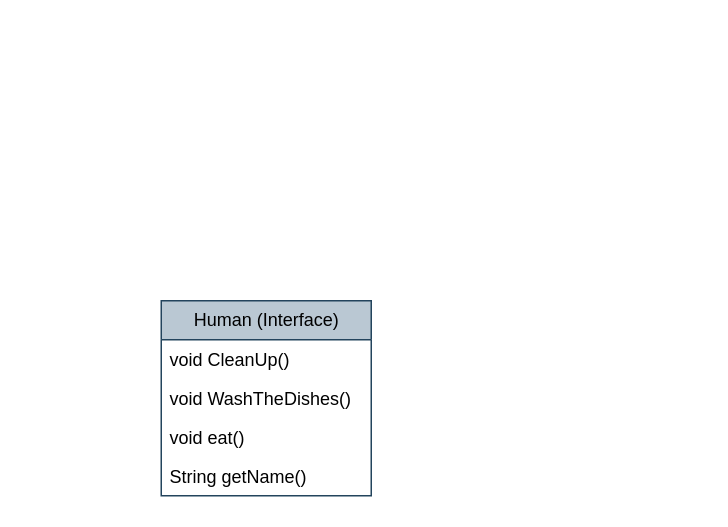
Above: Untitled Diagram.drawio in VadimP22/Lab3 (draw.io), before the change. Source tidied: cells renumbered, new cells numbered last; positions are measured from the earlier drawing's top-left corner, leaving out a move shared by most shapes. Both pictures are drawn from the tidied source at 150%, with x=0, y=0 at pixel (160, 300).
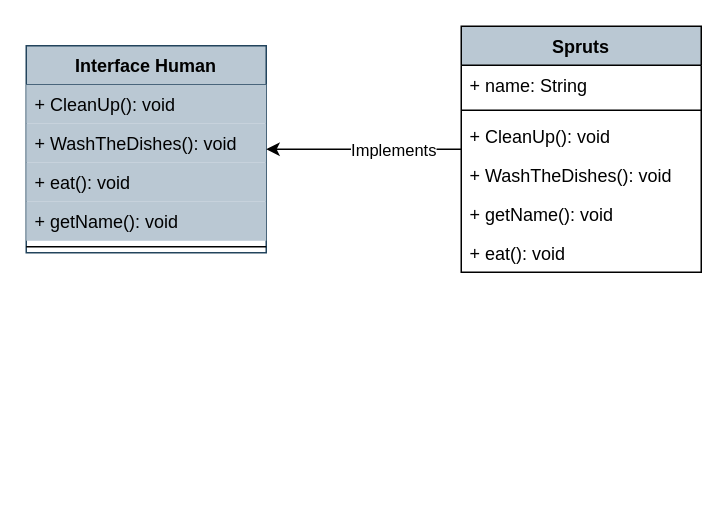
After the change.

Diff of the diagram source:
```diff
@@
 <mxGraphModel>
   <root>
     <mxCell id="0" />
     <mxCell id="1" parent="0" />
-    <mxCell id="2" value="Human (Interface)" style="swimlane;fontStyle=0;horizontal=1;startSize=26;fillColor=#bac8d3;rounded=0;shadow=0;glass=0;sketch=0;strokeColor=#23445d;html=1;" parent="1" vertex="1">
-      <mxGeometry width="140" height="130" as="geometry" />
-    </mxCell>
-    <mxCell id="3" value="void CleanUp()" style="text;strokeColor=none;fillColor=none;align=left;verticalAlign=top;spacingLeft=4;spacingRight=4;overflow=hidden;" parent="2" vertex="1">
-      <mxGeometry y="26" width="140" height="26" as="geometry" />
-    </mxCell>
-    <mxCell id="4" value="void WashTheDishes()" style="text;strokeColor=none;fillColor=none;align=left;verticalAlign=top;spacingLeft=4;spacingRight=4;overflow=hidden;" parent="2" vertex="1">
-      <mxGeometry y="52" width="140" height="26" as="geometry" />
-    </mxCell>
-    <mxCell id="5" value="void eat()" style="text;strokeColor=none;fillColor=none;align=left;verticalAlign=top;spacingLeft=4;spacingRight=4;overflow=hidden;" parent="2" vertex="1">
-      <mxGeometry y="78" width="140" height="26" as="geometry" />
-    </mxCell>
-    <mxCell id="6" value="String getName()" style="text;strokeColor=none;fillColor=none;align=left;verticalAlign=top;spacingLeft=4;spacingRight=4;overflow=hidden;" parent="2" vertex="1">
-      <mxGeometry y="104" width="140" height="26" as="geometry" />
-    </mxCell>
+    <mxCell id="7" value="Interface Human" style="swimlane;fontStyle=1;align=center;verticalAlign=top;horizontal=1;startSize=26;strokeColor=#23445d;fillColor=#bac8d3;gradientColor=none;" parent="1" vertex="1">
+      <mxGeometry x="-90" y="-170" width="160" height="138" as="geometry" />
+    </mxCell>
+    <mxCell id="8" value="+ CleanUp(): void" style="text;fillColor=#bac8d3;align=left;verticalAlign=top;spacingLeft=4;spacingRight=4;overflow=hidden;" parent="7" vertex="1">
+      <mxGeometry y="26" width="160" height="26" as="geometry" />
+    </mxCell>
+    <mxCell id="9" value="+ WashTheDishes(): void" style="text;fillColor=#bac8d3;align=left;verticalAlign=top;spacingLeft=4;spacingRight=4;overflow=hidden;" parent="7" vertex="1">
+      <mxGeometry y="52" width="160" height="26" as="geometry" />
+    </mxCell>
+    <mxCell id="10" value="+ eat(): void" style="text;fillColor=#bac8d3;align=left;verticalAlign=top;spacingLeft=4;spacingRight=4;overflow=hidden;" parent="7" vertex="1">
+      <mxGeometry y="78" width="160" height="26" as="geometry" />
+    </mxCell>
+    <mxCell id="11" value="+ getName(): void" style="text;fillColor=#bac8d3;align=left;verticalAlign=top;spacingLeft=4;spacingRight=4;overflow=hidden;" parent="7" vertex="1">
+      <mxGeometry y="104" width="160" height="26" as="geometry" />
+    </mxCell>
+    <mxCell id="12" style="line;strokeWidth=1;fillColor=none;align=left;verticalAlign=middle;spacingTop=-1;spacingLeft=3;spacingRight=3;labelPosition=right;" parent="7" vertex="1">
+      <mxGeometry y="130" width="160" height="8" as="geometry" />
+    </mxCell>
+    <mxCell id="13" style="edgeStyle=orthogonalEdgeStyle;sketch=0;jumpStyle=none;jettySize=auto;html=1;startSize=26;strokeColor=#000000;" parent="1" edge="1" source="15" target="7">
+      <mxGeometry relative="1" as="geometry" />
+    </mxCell>
+    <mxCell id="14" value="Implements" style="edgeLabel;html=1;align=center;verticalAlign=middle;" parent="13" vertex="1">
+      <mxGeometry x="-0.3" relative="1" as="geometry" />
+    </mxCell>
+    <mxCell id="15" value="Spruts" style="swimlane;fontStyle=1;align=center;verticalAlign=top;horizontal=1;startSize=26;strokeColor=#000000;fillColor=#bac8d3;gradientColor=none;" parent="1" vertex="1">
+      <mxGeometry x="200" y="-183" width="160" height="164" as="geometry" />
+    </mxCell>
+    <mxCell id="16" value="+ name: String" style="text;strokeColor=none;fillColor=none;align=left;verticalAlign=top;spacingLeft=4;spacingRight=4;overflow=hidden;" parent="15" vertex="1">
+      <mxGeometry y="26" width="160" height="26" as="geometry" />
+    </mxCell>
+    <mxCell id="17" style="line;strokeWidth=1;fillColor=none;align=left;verticalAlign=middle;spacingTop=-1;spacingLeft=3;spacingRight=3;labelPosition=right;" parent="15" vertex="1">
+      <mxGeometry y="52" width="160" height="8" as="geometry" />
+    </mxCell>
+    <mxCell id="18" value="+ CleanUp(): void" style="text;fillColor=none;align=left;verticalAlign=top;spacingLeft=4;spacingRight=4;overflow=hidden;" parent="15" vertex="1">
+      <mxGeometry y="60" width="160" height="26" as="geometry" />
+    </mxCell>
+    <mxCell id="19" value="+ WashTheDishes(): void" style="text;fillColor=none;align=left;verticalAlign=top;spacingLeft=4;spacingRight=4;overflow=hidden;" parent="15" vertex="1">
+      <mxGeometry y="86" width="160" height="26" as="geometry" />
+    </mxCell>
+    <mxCell id="20" value="+ getName(): void" style="text;fillColor=none;align=left;verticalAlign=top;spacingLeft=4;spacingRight=4;overflow=hidden;" parent="15" vertex="1">
+      <mxGeometry y="112" width="160" height="26" as="geometry" />
+    </mxCell>
+    <mxCell id="21" value="+ eat(): void" style="text;fillColor=none;align=left;verticalAlign=top;spacingLeft=4;spacingRight=4;overflow=hidden;" parent="15" vertex="1">
+      <mxGeometry y="138" width="160" height="26" as="geometry" />
+    </mxCell>
   </root>
 </mxGraphModel>
```
